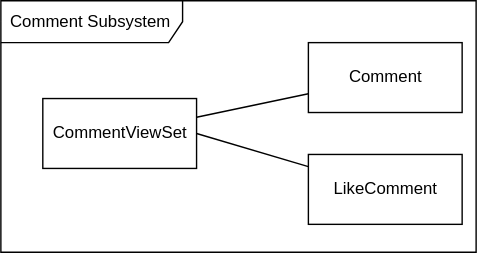
Above: dev-docs/plan/design/subsystems/comment_subsystem.drawio.svg in Natan-Asrat/ventingapp (draw.io), before the change. Source tidied: cells renumbered, new cells last; positions are measured from the earlier drawing's top-left corner, leaving out a move shared by most shapes. The source it was exported from:
```xml
<mxGraphModel>
  <root>
    <mxCell id="0" />
    <mxCell id="1" parent="0" />
    <mxCell id="2" value="Comment Subsystem" style="shape=umlFrame;whiteSpace=wrap;html=1;width=130;height=30;boundedLbl=1;verticalAlign=middle;align=left;spacingLeft=5;" parent="1" vertex="1">
      <mxGeometry width="340" height="180" as="geometry" />
    </mxCell>
    <mxCell id="3" style="edgeStyle=none;html=1;entryX=1;entryY=0.5;entryDx=0;entryDy=0;endArrow=none;endFill=0;" parent="1" edge="1" source="4" target="5">
      <mxGeometry relative="1" as="geometry" />
    </mxCell>
    <mxCell id="4" value="LikeComment" style="html=1;" parent="1" vertex="1">
      <mxGeometry x="220" y="110" width="110" height="50" as="geometry" />
    </mxCell>
    <mxCell id="5" value="CommentViewSet" style="html=1;" parent="1" vertex="1">
      <mxGeometry x="30" y="70" width="110" height="50" as="geometry" />
    </mxCell>
    <mxCell id="6" style="edgeStyle=none;html=1;endArrow=none;endFill=0;" parent="1" edge="1" source="7" target="5">
      <mxGeometry relative="1" as="geometry" />
    </mxCell>
    <mxCell id="7" value="Comment" style="html=1;" parent="1" vertex="1">
      <mxGeometry x="220" y="30" width="110" height="50" as="geometry" />
    </mxCell>
  </root>
</mxGraphModel>
```
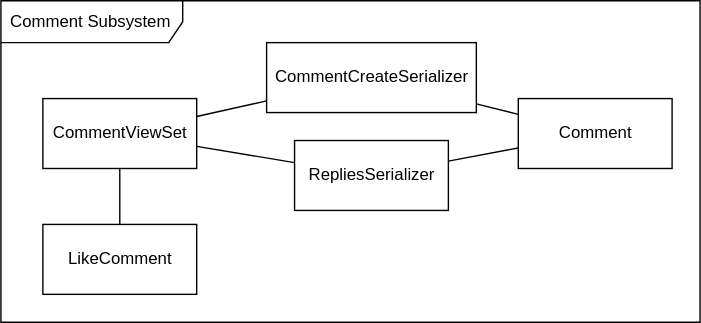
After the change.

What changed in the source:
```diff
@@ -3,22 +3,37 @@
     <mxCell id="0" />
     <mxCell id="1" parent="0" />
     <mxCell id="2" value="Comment Subsystem" style="shape=umlFrame;whiteSpace=wrap;html=1;width=130;height=30;boundedLbl=1;verticalAlign=middle;align=left;spacingLeft=5;" parent="1" vertex="1">
-      <mxGeometry width="340" height="180" as="geometry" />
+      <mxGeometry width="500" height="230" as="geometry" />
     </mxCell>
-    <mxCell id="3" style="edgeStyle=none;html=1;entryX=1;entryY=0.5;entryDx=0;entryDy=0;endArrow=none;endFill=0;" parent="1" edge="1" source="4" target="5">
-      <mxGeometry relative="1" as="geometry" />
-    </mxCell>
     <mxCell id="4" value="LikeComment" style="html=1;" parent="1" vertex="1">
-      <mxGeometry x="220" y="110" width="110" height="50" as="geometry" />
+      <mxGeometry x="30" y="160" width="110" height="50" as="geometry" />
     </mxCell>
+    <mxCell id="8" style="edgeStyle=none;html=1;endArrow=none;endFill=0;" parent="1" edge="1" source="5" target="4">
+      <mxGeometry relative="1" as="geometry" />
+    </mxCell>
     <mxCell id="5" value="CommentViewSet" style="html=1;" parent="1" vertex="1">
       <mxGeometry x="30" y="70" width="110" height="50" as="geometry" />
     </mxCell>
-    <mxCell id="6" style="edgeStyle=none;html=1;endArrow=none;endFill=0;" parent="1" edge="1" source="7" target="5">
-      <mxGeometry relative="1" as="geometry" />
-    </mxCell>
+    <mxCell id="9" style="edgeStyle=none;html=1;endArrow=none;endFill=0;" parent="1" edge="1" source="7" target="14">
+      <mxGeometry relative="1" as="geometry" />
+    </mxCell>
     <mxCell id="7" value="Comment" style="html=1;" parent="1" vertex="1">
-      <mxGeometry x="220" y="30" width="110" height="50" as="geometry" />
+      <mxGeometry x="370" y="70" width="110" height="50" as="geometry" />
     </mxCell>
+    <mxCell id="10" style="edgeStyle=none;html=1;endArrow=none;endFill=0;" parent="1" edge="1" source="12" target="5">
+      <mxGeometry relative="1" as="geometry" />
+    </mxCell>
+    <mxCell id="11" style="edgeStyle=none;html=1;endArrow=none;endFill=0;" parent="1" edge="1" source="12" target="7">
+      <mxGeometry relative="1" as="geometry" />
+    </mxCell>
+    <mxCell id="12" value="CommentCreateSerializer" style="html=1;" parent="1" vertex="1">
+      <mxGeometry x="190" y="30" width="150" height="50" as="geometry" />
+    </mxCell>
+    <mxCell id="13" style="edgeStyle=none;html=1;endArrow=none;endFill=0;" parent="1" edge="1" source="14" target="5">
+      <mxGeometry relative="1" as="geometry" />
+    </mxCell>
+    <mxCell id="14" value="RepliesSerializer" style="html=1;" parent="1" vertex="1">
+      <mxGeometry x="210" y="100" width="110" height="50" as="geometry" />
+    </mxCell>
   </root>
 </mxGraphModel>
```
